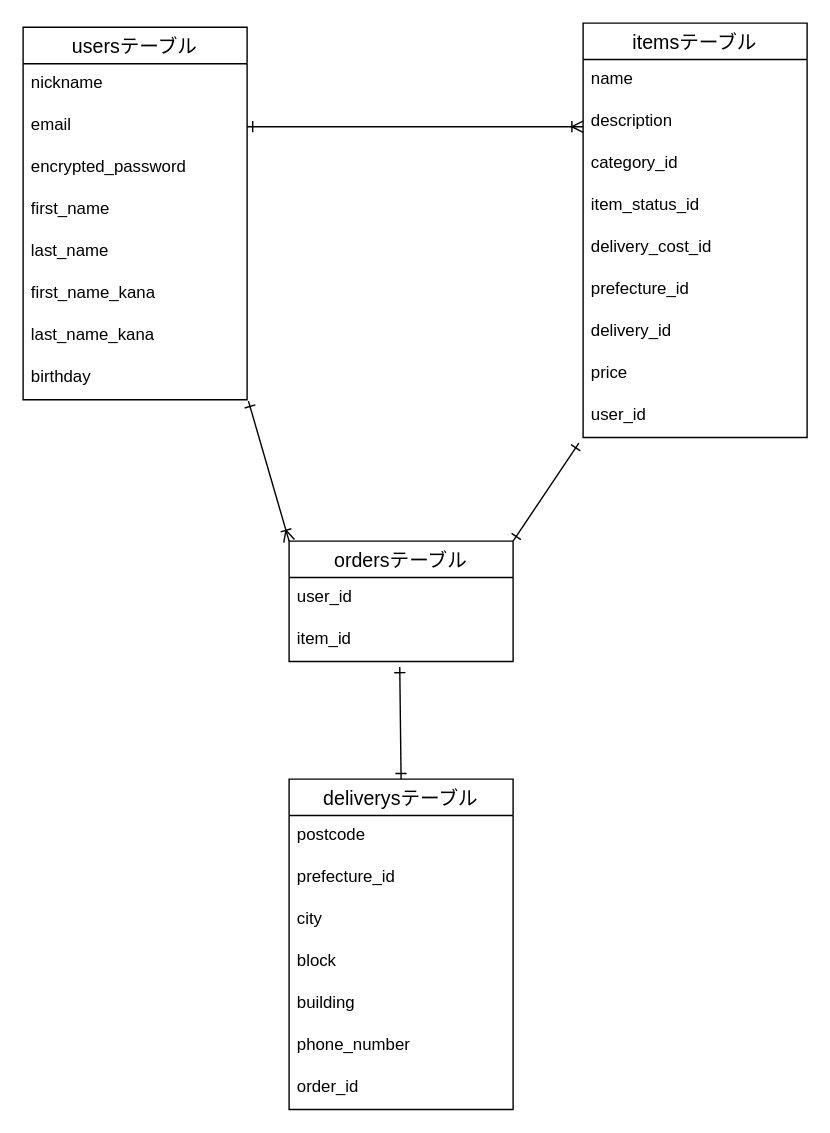
soooooooora/furima-39129 keeps this draw.io diagram as page "ページ1" (1 of 2) of furima.dio. Above is the earlier version. Source tidied: cells renumbered, new cells numbered last; positions are measured from the earlier drawing's top-left corner, leaving out a move shared by most shapes. Both pictures are drawn from the tidied source at 140%, with x=0, y=0 at pixel (22, 22).
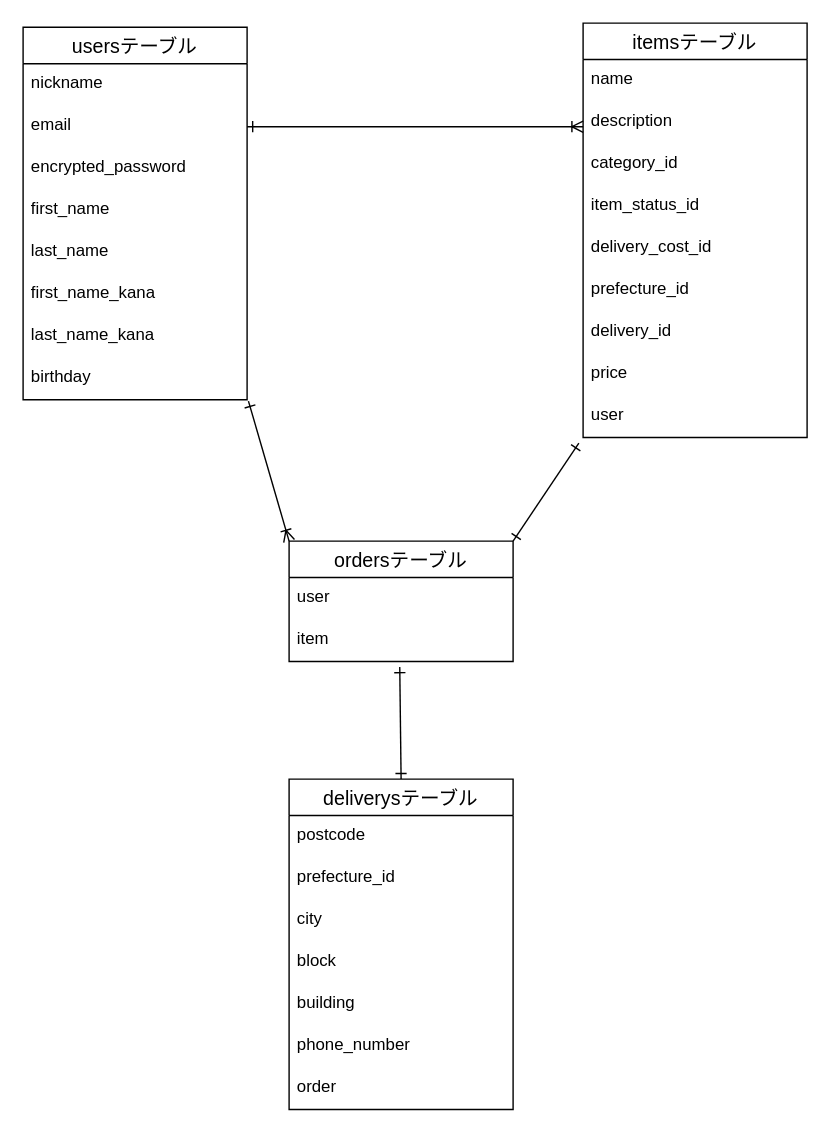
The same page after the edit.

Commit message:
データベースの設計の修正

Unchanged cells that the change refers to:
```xml
<mxCell id="13" value="ordersテーブル" style="swimlane;fontStyle=0;horizontal=1;startSize=26;align=center;fontSize=14;" parent="1" vertex="1">
  <mxGeometry x="190" y="370" width="160" height="86" as="geometry" />
</mxCell>
<mxCell id="16" value="itemsテーブル" style="swimlane;fontStyle=0;horizontal=1;startSize=26;align=center;fontSize=14;" parent="1" vertex="1">
  <mxGeometry x="400" width="160" height="296" as="geometry" />
</mxCell>
<mxCell id="27" value="deliverysテーブル" style="swimlane;fontStyle=0;horizontal=1;startSize=26;align=center;fontSize=14;" parent="1" vertex="1">
  <mxGeometry x="190" y="540" width="160" height="236" as="geometry" />
</mxCell>
```

Change to the diagram source:
```diff
@@
-    <mxCell id="14" value="user_id" style="text;strokeColor=none;fillColor=none;spacingLeft=4;spacingRight=4;overflow=hidden;fontSize=12;" parent="13" vertex="1">
+    <mxCell id="14" value="user" style="text;strokeColor=none;fillColor=none;spacingLeft=4;spacingRight=4;overflow=hidden;fontSize=12;" parent="13" vertex="1">
       <mxGeometry y="26" width="160" height="30" as="geometry" />
     </mxCell>
-    <mxCell id="15" value="item_id" style="text;strokeColor=none;fillColor=none;spacingLeft=4;spacingRight=4;overflow=hidden;points=[[0,0.5],[1,0.5]];portConstraint=eastwest;fontSize=12;" parent="13" vertex="1">
+    <mxCell id="15" value="item" style="text;strokeColor=none;fillColor=none;spacingLeft=4;spacingRight=4;overflow=hidden;points=[[0,0.5],[1,0.5]];portConstraint=eastwest;fontSize=12;" parent="13" vertex="1">
       <mxGeometry y="56" width="160" height="30" as="geometry" />
     </mxCell>
@@
-    <mxCell id="25" value="user_id" style="text;strokeColor=none;fillColor=none;spacingLeft=4;spacingRight=4;overflow=hidden;points=[[0,0.5],[1,0.5]];portConstraint=eastwest;fontSize=12;" parent="16" vertex="1">
+    <mxCell id="25" value="user" style="text;strokeColor=none;fillColor=none;spacingLeft=4;spacingRight=4;overflow=hidden;points=[[0,0.5],[1,0.5]];portConstraint=eastwest;fontSize=12;" parent="16" vertex="1">
       <mxGeometry y="266" width="160" height="30" as="geometry" />
     </mxCell>
@@
-    <mxCell id="34" value="order_id" style="text;strokeColor=none;fillColor=none;spacingLeft=4;spacingRight=4;overflow=hidden;fontSize=12;" parent="27" vertex="1">
+    <mxCell id="34" value="order" style="text;strokeColor=none;fillColor=none;spacingLeft=4;spacingRight=4;overflow=hidden;fontSize=12;" parent="27" vertex="1">
       <mxGeometry y="206" width="160" height="30" as="geometry" />
     </mxCell>
```
